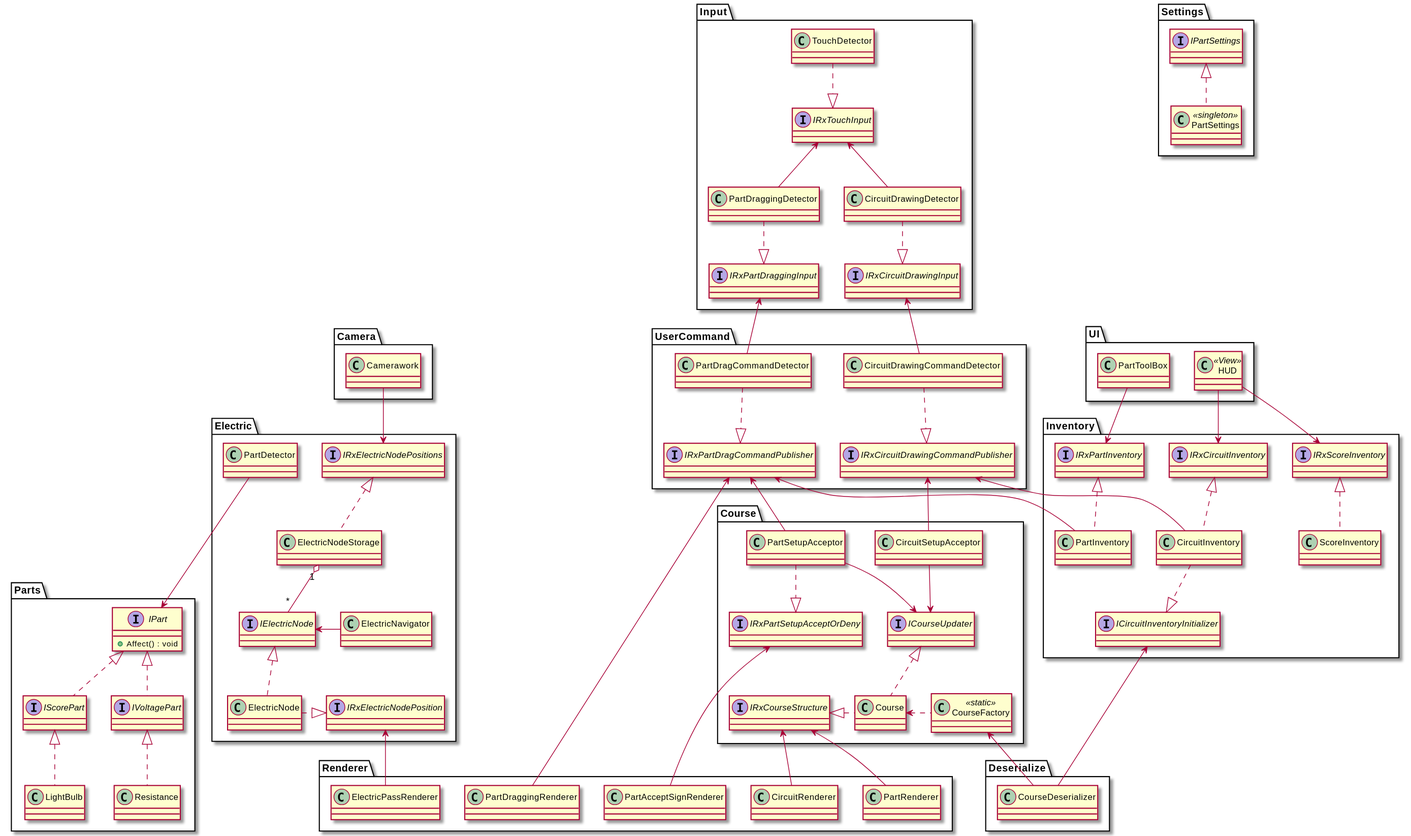
EleCuit-02106/Docs keeps this PlantUML diagram as ClassDiagram/ElSchema.svg. Above is the earlier version.
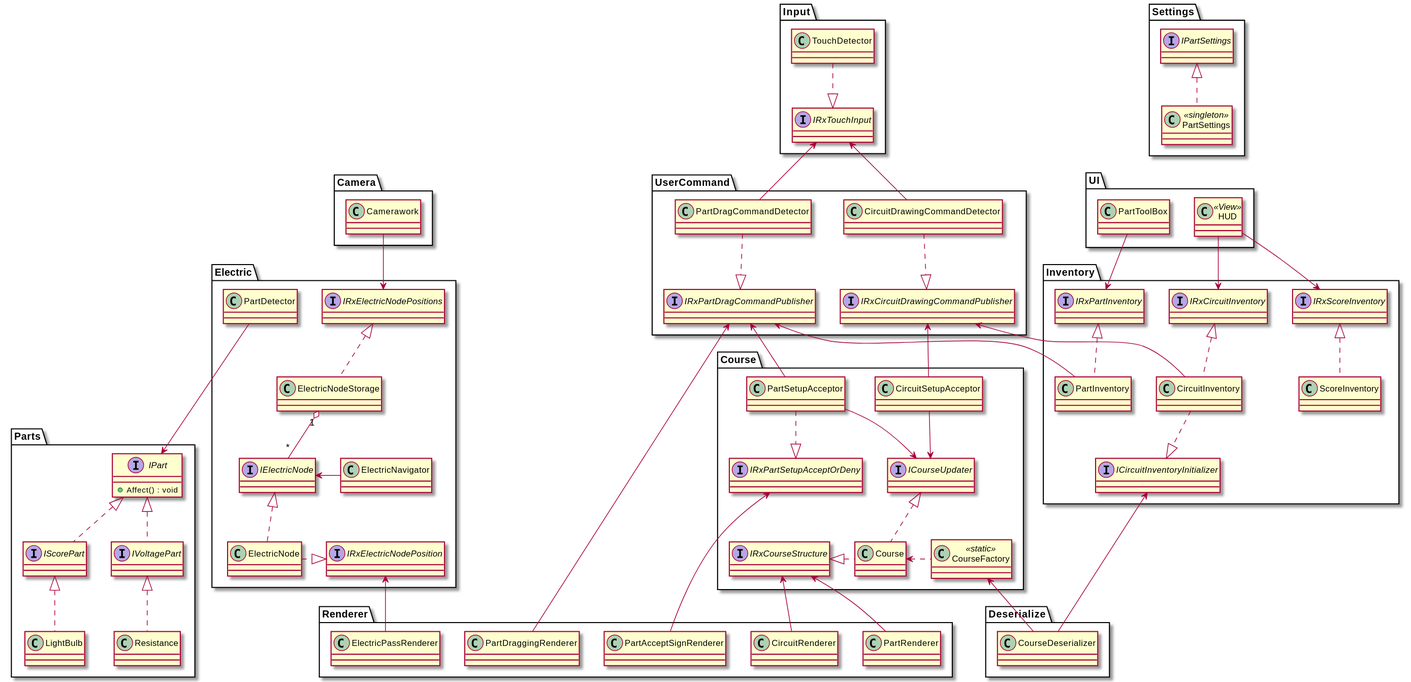
After the commit.

What changed in the source:
```diff
@@ -62,12 +62,12 @@
     interface IRxPartDragCommandPublisher
     class PartDragCommandDetector
     PartDragCommandDetector ..|> IRxPartDragCommandPublisher
-    Input.IRxPartDraggingInput <-- PartDragCommandDetector
+    Input.IRxTouchInput <-- PartDragCommandDetector
 
     interface IRxCircuitDrawingCommandPublisher
     class CircuitDrawingCommandDetector
     CircuitDrawingCommandDetector ..|> IRxCircuitDrawingCommandPublisher
-    Input.IRxCircuitDrawingInput <-- CircuitDrawingCommandDetector
+    Input.IRxTouchInput <-- CircuitDrawingCommandDetector
 }
 
 namespace Parts {
@@ -117,16 +117,6 @@
     interface IRxTouchInput
     class TouchDetector
     TouchDetector ..|> IRxTouchInput
-
-    interface IRxCircuitDrawingInput
-    class CircuitDrawingDetector
-    CircuitDrawingDetector ..|> IRxCircuitDrawingInput
-    interface IRxPartDraggingInput
-    class PartDraggingDetector
-    PartDraggingDetector ..|> IRxPartDraggingInput
-
-    IRxTouchInput <-- CircuitDrawingDetector
-    IRxTouchInput <-- PartDraggingDetector
 }
 
 
```
